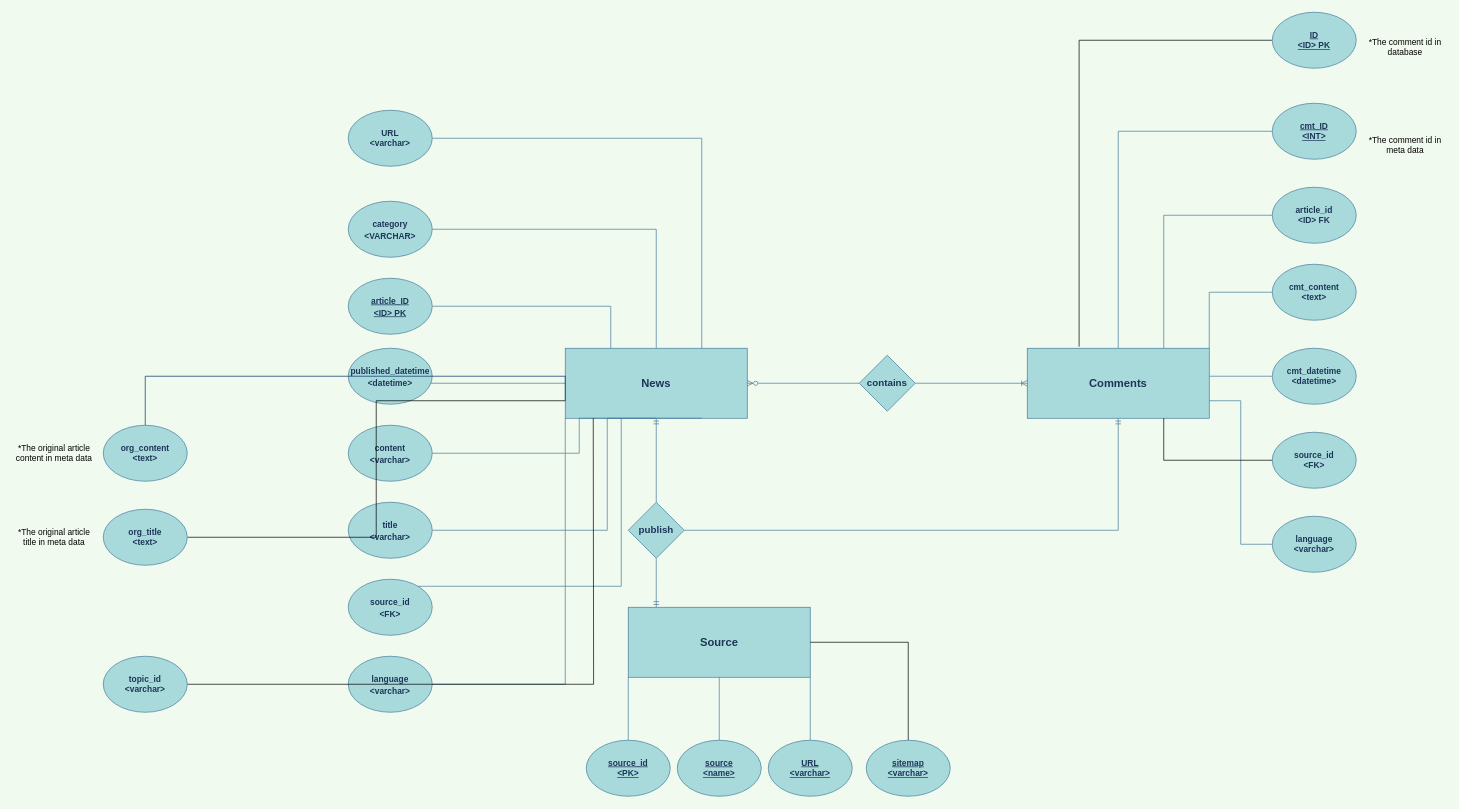
xiaochen93/xiaochen93 keeps this draw.io diagram as news_dataset.drawio. Above is the earlier version. Source tidied: cells renumbered, new cells numbered last; positions are measured from the earlier drawing's top-left corner, leaving out a move shared by most shapes. Both pictures are drawn from the tidied source at 70%, with x=0, y=0 at pixel (12, 12).
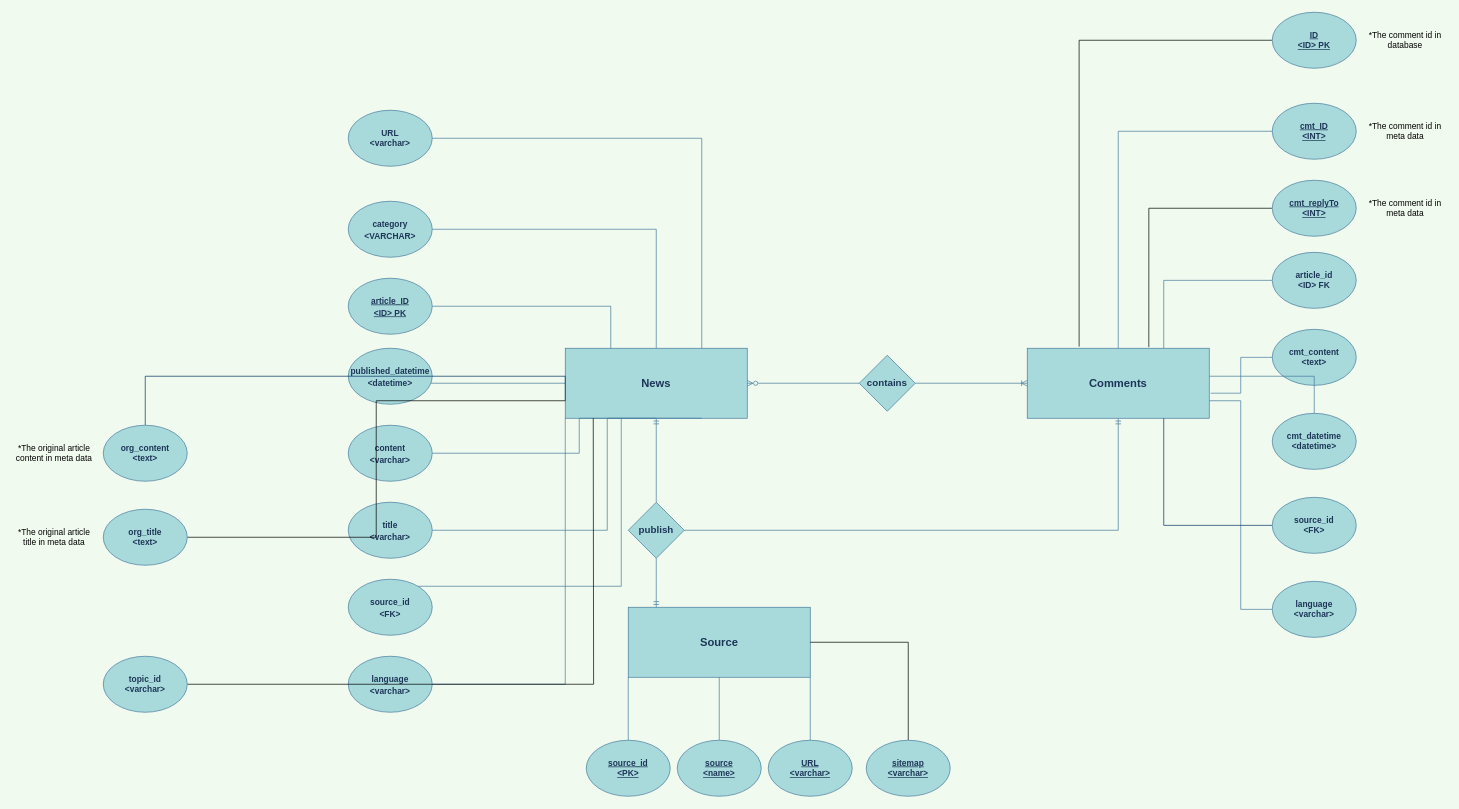
The same diagram, later.

The change refers to these unchanged cells:
```xml
<mxCell id="20" value="Comments" style="rounded=0;whiteSpace=wrap;html=1;fontSize=16;fontStyle=1;fillColor=#A8DADC;strokeColor=#457B9D;fontColor=#1D3557;" parent="1" vertex="1">
  <mxGeometry x="1450" y="480" width="260" height="100" as="geometry" />
</mxCell>
```

What changed in the source:
```diff
@@
     <mxCell id="26" value="article_id&lt;br&gt;&amp;lt;ID&amp;gt; FK" style="ellipse;whiteSpace=wrap;html=1;fontStyle=1;fillColor=#A8DADC;strokeColor=#457B9D;fontColor=#1D3557;" parent="1" vertex="1">
-      <mxGeometry x="1800" y="250" width="120" height="80" as="geometry" />
+      <mxGeometry x="1800" y="343" width="120" height="80" as="geometry" />
     </mxCell>
-    <mxCell id="27" style="edgeStyle=orthogonalEdgeStyle;rounded=0;jettySize=auto;html=1;entryX=1;entryY=0;entryDx=0;entryDy=0;fontSize=14;startArrow=none;startFill=0;endArrow=none;endFill=0;labelBackgroundColor=#F1FAEE;strokeColor=#457B9D;fontColor=#1D3557;" parent="1" edge="1" source="28" target="20">
+    <mxCell id="27" style="edgeStyle=orthogonalEdgeStyle;rounded=0;jettySize=auto;html=1;entryX=1.008;entryY=0.642;entryDx=0;entryDy=0;fontSize=14;startArrow=none;startFill=0;endArrow=none;endFill=0;labelBackgroundColor=#F1FAEE;strokeColor=#457B9D;fontColor=#1D3557;entryPerimeter=0;" parent="1" edge="1" source="28" target="20">
       <mxGeometry relative="1" as="geometry" />
     </mxCell>
     <mxCell id="28" value="cmt_content&lt;br&gt;&amp;lt;text&amp;gt;" style="ellipse;whiteSpace=wrap;html=1;fontStyle=1;fillColor=#A8DADC;strokeColor=#457B9D;fontColor=#1D3557;" parent="1" vertex="1">
-      <mxGeometry x="1800" y="360" width="120" height="80" as="geometry" />
+      <mxGeometry x="1800" y="453" width="120" height="80" as="geometry" />
     </mxCell>
@@
     <mxCell id="31" value="cmt_datetime&lt;br&gt;&amp;lt;datetime&amp;gt;" style="ellipse;whiteSpace=wrap;html=1;fontStyle=1;fillColor=#A8DADC;strokeColor=#457B9D;fontColor=#1D3557;" parent="1" vertex="1">
-      <mxGeometry x="1800" y="480" width="120" height="80" as="geometry" />
+      <mxGeometry x="1800" y="573" width="120" height="80" as="geometry" />
     </mxCell>
@@
     <mxCell id="43" value="language&lt;br&gt;&amp;lt;varchar&amp;gt;" style="ellipse;whiteSpace=wrap;html=1;fontStyle=1;fillColor=#A8DADC;strokeColor=#457B9D;fontColor=#1D3557;" parent="1" vertex="1">
-      <mxGeometry x="1800" y="720" width="120" height="80" as="geometry" />
+      <mxGeometry x="1800" y="813" width="120" height="80" as="geometry" />
     </mxCell>
@@
     <mxCell id="54" value="*The comment id in meta data" style="rounded=0;whiteSpace=wrap;html=1;fontSize=12;fillColor=none;strokeColor=none;" parent="1" vertex="1">
-      <mxGeometry x="1930" y="160" width="120" height="60" as="geometry" />
+      <mxGeometry x="1930" y="140" width="120" height="60" as="geometry" />
     </mxCell>
     <mxCell id="55" value="*The comment id in database" style="rounded=0;whiteSpace=wrap;html=1;fontSize=12;fillColor=none;strokeColor=none;" parent="1" vertex="1">
-      <mxGeometry x="1930" y="20" width="120" height="60" as="geometry" />
+      <mxGeometry x="1930" y="10" width="120" height="60" as="geometry" />
     </mxCell>
@@
-    <mxCell id="58" style="edgeStyle=orthogonalEdgeStyle;rounded=0;jettySize=auto;html=1;entryX=0.75;entryY=1;entryDx=0;entryDy=0;fontSize=12;endArrow=none;endFill=0;" parent="1" edge="1" source="59" target="20">
+    <mxCell id="58" style="edgeStyle=orthogonalEdgeStyle;rounded=0;jettySize=auto;html=1;entryX=0.75;entryY=1;entryDx=0;entryDy=0;fontSize=12;endArrow=none;endFill=0;strokeColor=#003366;" parent="1" edge="1" source="59" target="20">
       <mxGeometry relative="1" as="geometry" />
     </mxCell>
     <mxCell id="59" value="source_id&lt;br&gt;&amp;lt;FK&amp;gt;" style="ellipse;whiteSpace=wrap;html=1;fontStyle=1;fillColor=#A8DADC;strokeColor=#457B9D;fontColor=#1D3557;" parent="1" vertex="1">
-      <mxGeometry x="1800" y="600" width="120" height="80" as="geometry" />
+      <mxGeometry x="1800" y="693" width="120" height="80" as="geometry" />
     </mxCell>
+    <mxCell id="60" style="edgeStyle=orthogonalEdgeStyle;rounded=0;jettySize=auto;html=1;exitX=0;exitY=0.5;exitDx=0;exitDy=0;entryX=0.668;entryY=-0.016;entryDx=0;entryDy=0;entryPerimeter=0;fontSize=12;endArrow=none;endFill=0;" parent="1" edge="1" source="61" target="20">
+      <mxGeometry relative="1" as="geometry" />
+    </mxCell>
+    <mxCell id="61" value="cmt_replyTo&lt;br&gt;&amp;lt;INT&amp;gt;" style="ellipse;whiteSpace=wrap;html=1;fontStyle=5;fontColor=#1D3557;fillColor=#A8DADC;strokeColor=#457B9D;" parent="1" vertex="1">
+      <mxGeometry x="1800" y="240" width="120" height="80" as="geometry" />
+    </mxCell>
+    <mxCell id="62" value="*The comment id in meta data" style="rounded=0;whiteSpace=wrap;html=1;fontSize=12;fillColor=none;strokeColor=none;" parent="1" vertex="1">
+      <mxGeometry x="1930" y="250" width="120" height="60" as="geometry" />
+    </mxCell>
```
